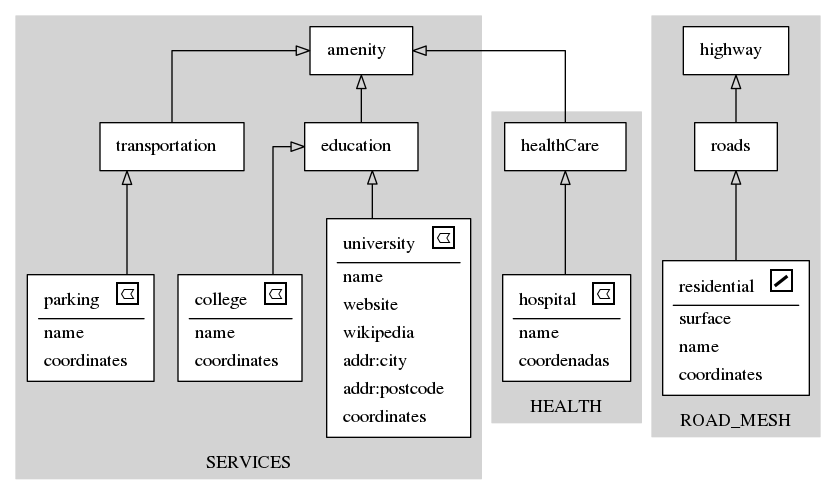
This is schema.gv.png from vinisperandio/OSM2Diagram_optmizated, a Graphviz export, as it was before one commit. Its source is kept beside it as schema.gv.
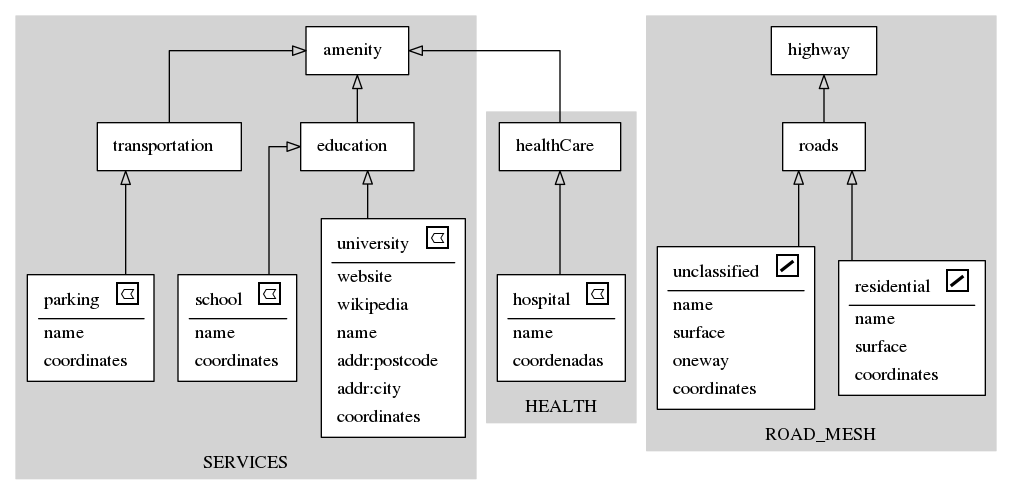
Above is the later version.

Diff of the diagram source:
```diff
@@ -12,19 +12,19 @@
 			</TR>
 			<hr/>
 			<TR>
-				<TD align="left">name</TD>
-			 </TR>
-			<TR>
 				<TD align="left">website</TD>
 			 </TR>
 			<TR>
 				<TD align="left">wikipedia</TD>
 			 </TR>
 			<TR>
-				<TD align="left">addr:city</TD>
+				<TD align="left">name</TD>
 			 </TR>
 			<TR>
 				<TD align="left">addr:postcode</TD>
+			 </TR>
+			<TR>
+				<TD align="left">addr:city</TD>
 			 </TR>
 			<TR>
 				<TD align="left">coordinates</TD>
@@ -39,7 +39,7 @@
 		2[style = "filled, bold" penwidth = "1" fillcolor="white" label=<
 			<TABLE color="black" border="0">
 			 <TR>
-				<TD align="center"><font color="black">college</font>
+				<TD align="center"><font color="black">school</font>
 				<font FACE="sigmoda" POINT-SIZE="20.0"> e</font></TD>
 			</TR>
 			<hr/>
@@ -114,10 +114,10 @@
 			</TR>
 			<hr/>
 			<TR>
-				<TD align="left">surface</TD>
+				<TD align="left">name</TD>
 			 </TR>
 			<TR>
-				<TD align="left">name</TD>
+				<TD align="left">surface</TD>
 			 </TR>
 			<TR>
 				<TD align="left">coordinates</TD>
@@ -132,19 +132,40 @@
 		10[style = "filled, bold" penwidth = "1" fillcolor="white" label=<
 			<TABLE color="black" border="0">
 			 <TR>
+				<TD align="center"><font color="black">unclassified</font>
+				<font FACE="sigmoda" POINT-SIZE="20.0"> w</font></TD>
+			</TR>
+			<hr/>
+			<TR>
+				<TD align="left">name</TD>
+			 </TR>
+			<TR>
+				<TD align="left">surface</TD>
+			 </TR>
+			<TR>
+				<TD align="left">oneway</TD>
+			 </TR>
+			<TR>
+				<TD align="left">coordinates</TD>
+			 </TR>
+			</TABLE>>]
+		11[style = "filled, bold" penwidth = "1" fillcolor="white" label=<
+			<TABLE color="black" border="0">
+			 <TR>
 				<TD align="center"><font color="black">roads</font>  </TD>
 			</TR>
 			</TABLE>>]
 	}
+		11 -> 9[arrowhead=onormal]
+		8 -> 11[arrowhead=onormal]
+		7 -> 1[arrowhead=onormal]
+		3 -> 5[arrowhead=onormal]
 		2 -> 4[arrowhead=onormal]
 		0 -> 4[arrowhead=onormal]
+		4 -> 1[arrowhead=onormal]
+		6 -> 7[arrowhead=onormal]
+		10 -> 11[arrowhead=onormal]
 		5 -> 1[arrowhead=onormal]
-		8 -> 10[arrowhead=onormal]
-		7 -> 1[arrowhead=onormal]
-		3 -> 5[arrowhead=onormal]
-		6 -> 7[arrowhead=onormal]
-		10 -> 9[arrowhead=onormal]
-		4 -> 1[arrowhead=onormal]
 	rankdir=BT
 	splines=ortho
 }
```
